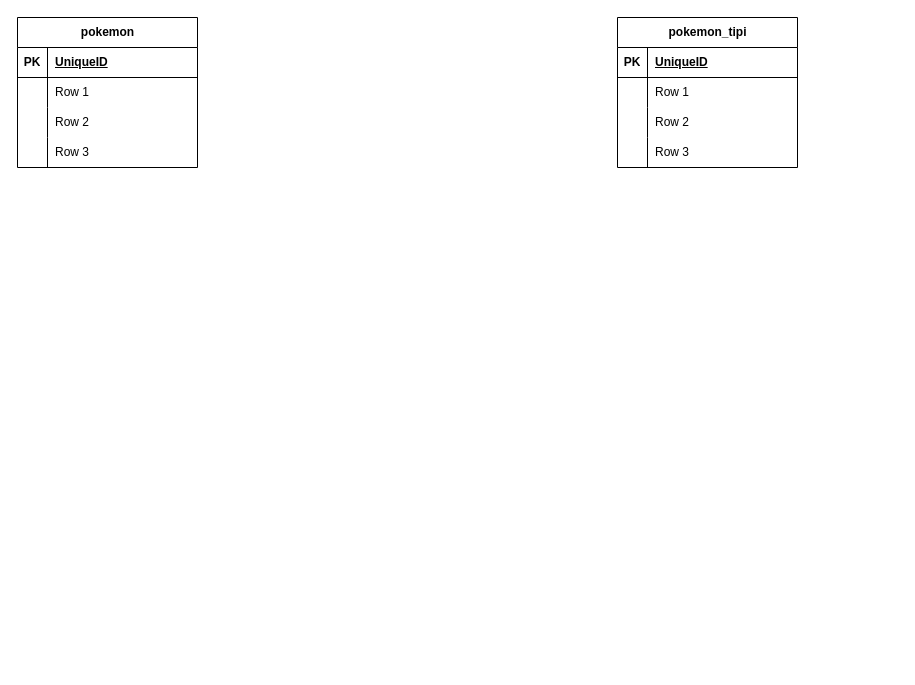
Above: Database/its2025-isd.drawio in maboglia/ITS2025_ISD (draw.io), before the change. Source tidied: cells renumbered, new cells numbered last; positions are measured from the earlier drawing's top-left corner, leaving out a move shared by most shapes. Both pictures are drawn from the tidied source at 100%, with x=0, y=0 at pixel (17, 17).
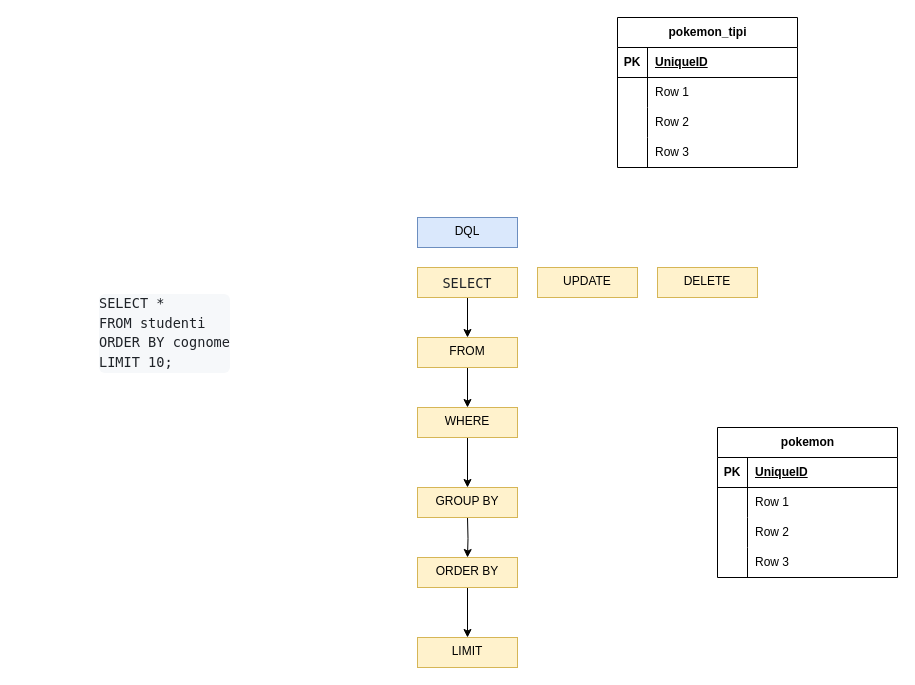
Above is the later version.

What changed in the source:
```diff
@@
     <mxCell id="2" value="pokemon" style="shape=table;startSize=30;childLayout=tableLayout;rowLines=0;fontStyle=1;align=center;html=1;" parent="1" vertex="1">
-      <mxGeometry width="180" height="150" as="geometry" />
+      <mxGeometry x="700" y="410" width="180" height="150" as="geometry" />
     </mxCell>
@@
+    <mxCell id="28" value="&lt;pre style=&quot;box-sizing: border-box; font-family: var(--fontStack-monospace, ui-monospace, SFMono-Regular, SF Mono, Menlo, Consolas, Liberation Mono, monospace); font-size: 13.6px; margin-top: 0px; margin-bottom: 0px; overflow-wrap: normal; padding: var(--base-size-16); overflow: auto; line-height: 1.45; color: rgb(31, 35, 40); background-color: rgb(246, 248, 250); border-radius: 6px; word-break: normal; min-height: 52px; font-style: normal; font-variant-ligatures: normal; font-variant-caps: normal; font-weight: 400; letter-spacing: normal; orphans: 2; text-align: start; text-indent: 0px; text-transform: none; widows: 2; word-spacing: 0px; -webkit-text-stroke-width: 0px; text-decoration-thickness: initial; text-decoration-style: initial; text-decoration-color: initial;&quot;&gt;&lt;span class=&quot;pl-k&quot; style=&quot;box-sizing: border-box; color: var(--color-prettylights-syntax-keyword);&quot;&gt;SELECT&lt;span style=&quot;background-color: light-dark(rgb(246, 248, 250), rgb(23, 25, 27)); color: light-dark(rgb(31, 35, 40), rgb(205, 208, 212)); font-family: var(--fontStack-monospace, ui-monospace, SFMono-Regular, SF Mono, Menlo, Consolas, Liberation Mono, monospace); font-size: 13.6px; white-space: normal;&quot;&gt;&amp;nbsp;&lt;/span&gt;*&lt;/span&gt;&lt;br&gt;&lt;span class=&quot;pl-k&quot; style=&quot;box-sizing: border-box; color: var(--color-prettylights-syntax-keyword);&quot;&gt;FROM&lt;/span&gt; studenti&lt;br&gt;&lt;span class=&quot;pl-k&quot; style=&quot;box-sizing: border-box; color: var(--color-prettylights-syntax-keyword);&quot;&gt;ORDER BY&lt;/span&gt; cognome&lt;br&gt;&lt;span class=&quot;pl-k&quot; style=&quot;box-sizing: border-box; color: var(--color-prettylights-syntax-keyword);&quot;&gt;LIMIT&lt;/span&gt; &lt;span class=&quot;pl-c1&quot; style=&quot;box-sizing: border-box; color: var(--color-prettylights-syntax-constant);&quot;&gt;10&lt;/span&gt;;&lt;/pre&gt;" style="text;whiteSpace=wrap;html=1;" parent="1" vertex="1">
+      <mxGeometry x="80" y="270" width="150" height="100" as="geometry" />
+    </mxCell>
+    <mxCell id="29" style="edgeStyle=orthogonalEdgeStyle;rounded=0;jettySize=auto;html=1;" parent="1" edge="1" source="30" target="33">
+      <mxGeometry relative="1" as="geometry" />
+    </mxCell>
+    <mxCell id="30" value="&lt;pre style=&quot;forced-color-adjust: none; font-style: normal; font-variant-ligatures: normal; font-variant-caps: normal; font-weight: 400; letter-spacing: normal; orphans: 2; text-indent: 0px; text-transform: none; widows: 2; word-spacing: 0px; -webkit-text-stroke-width: 0px; text-decoration-thickness: initial; text-decoration-style: initial; text-decoration-color: initial; box-sizing: border-box; font-family: var(--fontStack-monospace, ui-monospace, SFMono-Regular, SF Mono, Menlo, Consolas, Liberation Mono, monospace); font-size: 13.6px; margin-top: 0px; margin-bottom: 0px; overflow-wrap: normal; padding: var(--base-size-16); overflow: auto; line-height: 1.45; color: rgb(31, 35, 40); border-radius: 6px; word-break: normal; min-height: 52px;&quot;&gt;&lt;span&gt;SELECT&lt;/span&gt;&lt;/pre&gt;" style="text;whiteSpace=wrap;html=1;fillColor=#fff2cc;strokeColor=#d6b656;align=center;" parent="1" vertex="1">
+      <mxGeometry x="400" y="250" width="100" height="30" as="geometry" />
+    </mxCell>
+    <mxCell id="31" value="UPDATE" style="text;whiteSpace=wrap;html=1;fillColor=#fff2cc;strokeColor=#d6b656;align=center;" parent="1" vertex="1">
+      <mxGeometry x="520" y="250" width="100" height="30" as="geometry" />
+    </mxCell>
+    <mxCell id="32" style="edgeStyle=orthogonalEdgeStyle;rounded=0;jettySize=auto;html=1;" parent="1" edge="1" source="33" target="36">
+      <mxGeometry relative="1" as="geometry" />
+    </mxCell>
+    <mxCell id="33" value="FROM" style="text;whiteSpace=wrap;html=1;fillColor=#fff2cc;strokeColor=#d6b656;align=center;" parent="1" vertex="1">
+      <mxGeometry x="400" y="320" width="100" height="30" as="geometry" />
+    </mxCell>
+    <mxCell id="34" style="edgeStyle=orthogonalEdgeStyle;rounded=0;jettySize=auto;html=1;" parent="1" edge="1" target="38">
+      <mxGeometry relative="1" as="geometry">
+        <mxPoint x="450" y="500" as="sourcePoint" />
+      </mxGeometry>
+    </mxCell>
+    <mxCell id="35" style="edgeStyle=orthogonalEdgeStyle;rounded=0;jettySize=auto;html=1;" parent="1" edge="1" source="36" target="42">
+      <mxGeometry relative="1" as="geometry" />
+    </mxCell>
+    <mxCell id="36" value="WHERE" style="text;whiteSpace=wrap;html=1;fillColor=#fff2cc;strokeColor=#d6b656;align=center;" parent="1" vertex="1">
+      <mxGeometry x="400" y="390" width="100" height="30" as="geometry" />
+    </mxCell>
+    <mxCell id="37" style="edgeStyle=orthogonalEdgeStyle;rounded=0;jettySize=auto;html=1;" parent="1" edge="1" source="38" target="39">
+      <mxGeometry relative="1" as="geometry" />
+    </mxCell>
+    <mxCell id="38" value="ORDER BY" style="text;whiteSpace=wrap;html=1;fillColor=#fff2cc;strokeColor=#d6b656;align=center;" parent="1" vertex="1">
+      <mxGeometry x="400" y="540" width="100" height="30" as="geometry" />
+    </mxCell>
+    <mxCell id="39" value="LIMIT" style="text;whiteSpace=wrap;html=1;fillColor=#fff2cc;strokeColor=#d6b656;align=center;" parent="1" vertex="1">
+      <mxGeometry x="400" y="620" width="100" height="30" as="geometry" />
+    </mxCell>
+    <mxCell id="40" value="DELETE" style="text;whiteSpace=wrap;html=1;fillColor=#fff2cc;strokeColor=#d6b656;align=center;" parent="1" vertex="1">
+      <mxGeometry x="640" y="250" width="100" height="30" as="geometry" />
+    </mxCell>
+    <mxCell id="41" value="DQL" style="text;whiteSpace=wrap;html=1;fillColor=#dae8fc;strokeColor=#6c8ebf;align=center;" parent="1" vertex="1">
+      <mxGeometry x="400" y="200" width="100" height="30" as="geometry" />
+    </mxCell>
+    <mxCell id="42" value="GROUP BY" style="text;whiteSpace=wrap;html=1;fillColor=#fff2cc;strokeColor=#d6b656;align=center;" parent="1" vertex="1">
+      <mxGeometry x="400" y="470" width="100" height="30" as="geometry" />
+    </mxCell>
```
